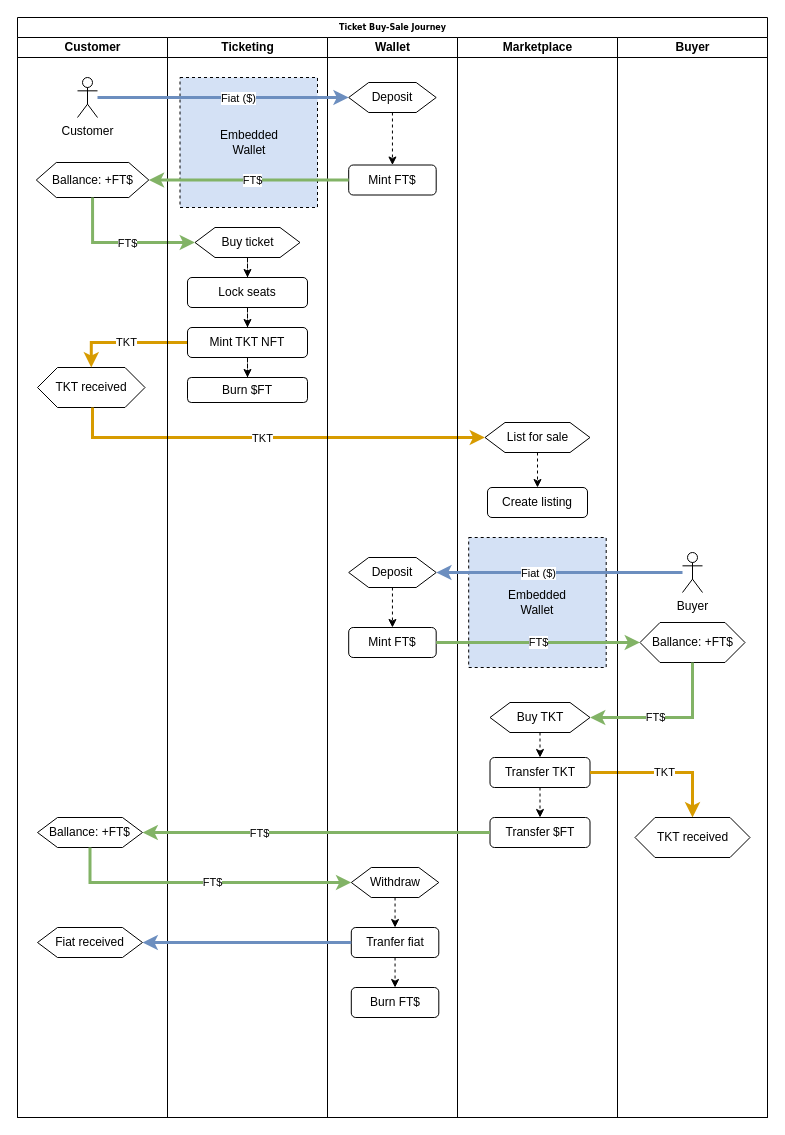
Earlier version of the draw.io diagram buy-sale-diagram.drawio (cutepetric/TIXchange). Source tidied: cells renumbered, new cells numbered last; positions are measured from the earlier drawing's top-left corner, leaving out a move shared by most shapes. Both pictures are drawn from the tidied source at 100%, with x=0, y=0 at pixel (17, 17).
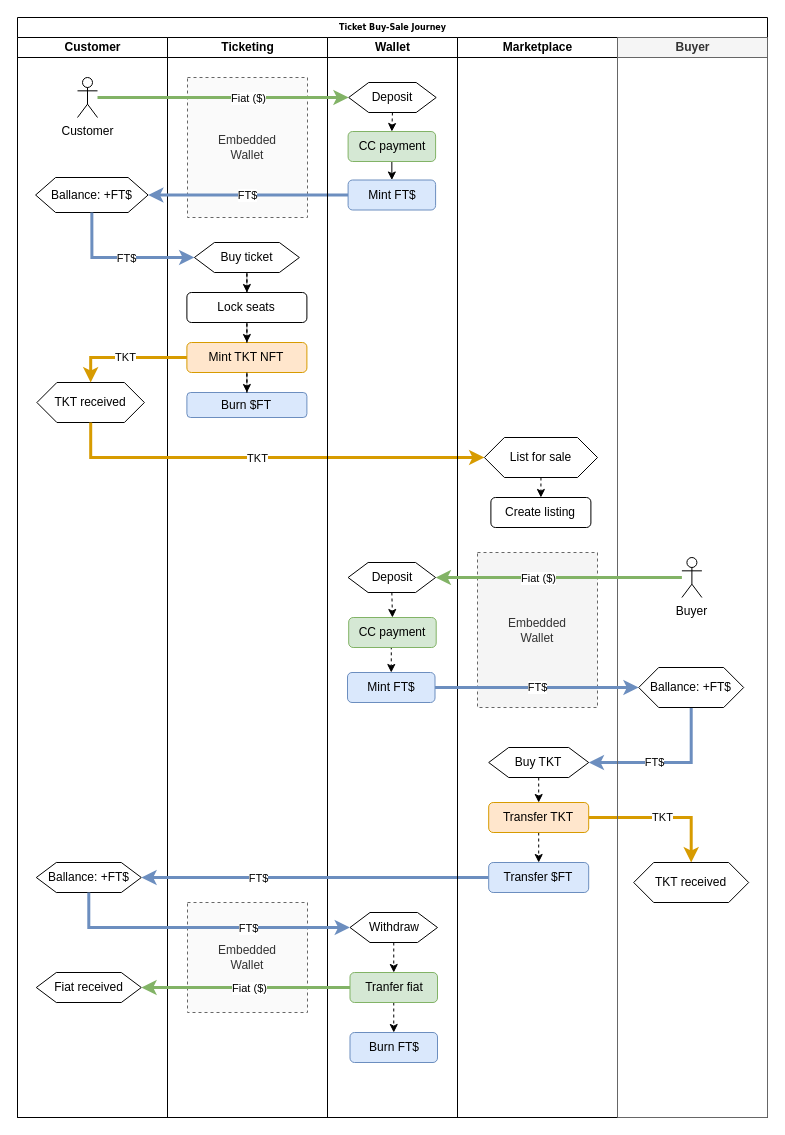
The same diagram, later.

The change refers to these unchanged cells:
```xml
<mxCell id="2" value="Ticket Buy-Sale Journey" style="swimlane;html=1;startSize=20;rounded=0;shadow=0;labelBackgroundColor=none;strokeWidth=1;fontFamily=Verdana;fontSize=8;align=center;" parent="1" vertex="1">
  <mxGeometry width="750" height="1100" as="geometry" />
</mxCell>
<mxCell id="3" value="Customer" style="swimlane;html=1;startSize=20;" parent="2" vertex="1">
  <mxGeometry y="20" width="150" height="1080" as="geometry" />
</mxCell>
<mxCell id="4" value="Customer" style="shape=umlActor;verticalLabelPosition=bottom;verticalAlign=top;html=1;outlineConnect=0;" parent="3" vertex="1">
  <mxGeometry x="60" y="40" width="20" height="40" as="geometry" />
</mxCell>
<mxCell id="14" value="Ticketing" style="swimlane;html=1;startSize=20;" parent="2" vertex="1">
  <mxGeometry x="150" y="20" width="160" height="1080" as="geometry" />
</mxCell>
<mxCell id="23" value="Wallet" style="swimlane;html=1;startSize=20;" parent="2" vertex="1">
  <mxGeometry x="310" y="20" width="130" height="1080" as="geometry" />
</mxCell>
<mxCell id="28" value="Deposit" style="shape=hexagon;perimeter=hexagonPerimeter2;whiteSpace=wrap;html=1;fixedSize=1;rounded=0;" parent="23" vertex="1">
  <mxGeometry x="21.2" y="45" width="87.5" height="30" as="geometry" />
</mxCell>
<mxCell id="35" value="Marketplace" style="swimlane;html=1;startSize=20;" parent="2" vertex="1">
  <mxGeometry x="440" y="20" width="160" height="1080" as="geometry" />
</mxCell>
```

What changed in the source:
```diff
@@
     <mxCell id="5" value="Ballance: +FT$" style="shape=hexagon;perimeter=hexagonPerimeter2;whiteSpace=wrap;html=1;fixedSize=1;rounded=0;" parent="3" vertex="1">
-      <mxGeometry x="18.8" y="125" width="112.5" height="35" as="geometry" />
+      <mxGeometry x="18.1" y="140" width="112.5" height="35" as="geometry" />
     </mxCell>
     <mxCell id="6" value="TKT received" style="shape=hexagon;perimeter=hexagonPerimeter2;whiteSpace=wrap;html=1;fixedSize=1;rounded=0;" parent="3" vertex="1">
-      <mxGeometry x="20" y="330" width="107.5" height="40" as="geometry" />
+      <mxGeometry x="19.4" y="345" width="107.5" height="40" as="geometry" />
     </mxCell>
     <mxCell id="7" value="Ballance: +FT$" style="shape=hexagon;perimeter=hexagonPerimeter2;whiteSpace=wrap;html=1;fixedSize=1;rounded=0;" parent="3" vertex="1">
-      <mxGeometry x="20" y="780" width="105" height="30" as="geometry" />
+      <mxGeometry x="18.8" y="825" width="105" height="30" as="geometry" />
     </mxCell>
     <mxCell id="8" value="Fiat received" style="shape=hexagon;perimeter=hexagonPerimeter2;whiteSpace=wrap;html=1;fixedSize=1;rounded=0;" parent="3" vertex="1">
-      <mxGeometry x="20" y="890" width="105" height="30" as="geometry" />
+      <mxGeometry x="18.8" y="935" width="105" height="30" as="geometry" />
     </mxCell>
-    <mxCell id="9" style="edgeStyle=orthogonalEdgeStyle;rounded=0;jettySize=auto;html=1;exitX=0.5;exitY=1;exitDx=0;exitDy=0;entryX=0;entryY=0.5;entryDx=0;entryDy=0;fillColor=#d5e8d4;strokeColor=#82b366;strokeWidth=3;" parent="2" edge="1" source="5" target="20">
-      <mxGeometry relative="1" as="geometry" />
-    </mxCell>
-    <mxCell id="10" value="FT$" style="edgeLabel;html=1;align=center;verticalAlign=middle;" parent="9" vertex="1">
-      <mxGeometry x="0.07" relative="1" as="geometry" />
-    </mxCell>
-    <mxCell id="11" value="TKT" style="edgeStyle=orthogonalEdgeStyle;rounded=0;jettySize=auto;html=1;exitX=0;exitY=0.5;exitDx=0;exitDy=0;entryX=0.5;entryY=0;entryDx=0;entryDy=0;strokeWidth=3;fillColor=#ffe6cc;strokeColor=#d79b00;" parent="2" edge="1" source="17" target="6">
-      <mxGeometry relative="1" as="geometry" />
-    </mxCell>
-    <mxCell id="12" style="edgeStyle=orthogonalEdgeStyle;rounded=0;jettySize=auto;html=1;strokeWidth=3;strokeColor=#d79b00;fillColor=#ffe6cc;" parent="2" edge="1" source="6" target="37">
-      <mxGeometry relative="1" as="geometry">
-        <Array as="points">
-          <mxPoint x="75" y="420" />
-        </Array>
-      </mxGeometry>
-    </mxCell>
-    <mxCell id="13" value="TKT" style="edgeLabel;html=1;align=center;verticalAlign=middle;" parent="12" vertex="1">
-      <mxGeometry x="-0.06" relative="1" as="geometry" />
-    </mxCell>
@@
-    <mxCell id="15" value="Embedded&lt;br&gt;Wallet" style="rounded=0;whiteSpace=wrap;html=1;dashed=1;fillColor=#A9C4EB;fillOpacity=50;" parent="14" vertex="1">
-      <mxGeometry x="12.5" y="40" width="137.5" height="130" as="geometry" />
+    <mxCell id="15" value="Embedded&lt;br&gt;Wallet" style="rounded=0;whiteSpace=wrap;html=1;dashed=1;fillColor=#f5f5f5;fillOpacity=50;strokeColor=#666666;fontColor=#333333;" parent="14" vertex="1">
+      <mxGeometry x="20" y="40" width="120" height="140" as="geometry" />
     </mxCell>
     <mxCell id="16" value="Lock seats" style="rounded=1;whiteSpace=wrap;html=1;" parent="14" vertex="1">
-      <mxGeometry x="20" y="240" width="120" height="30" as="geometry" />
+      <mxGeometry x="19.4" y="255" width="120" height="30" as="geometry" />
     </mxCell>
-    <mxCell id="17" value="Mint TKT NFT" style="whiteSpace=wrap;html=1;rounded=1;" parent="14" vertex="1">
-      <mxGeometry x="20" y="290" width="120" height="30" as="geometry" />
+    <mxCell id="17" value="Mint TKT NFT" style="whiteSpace=wrap;html=1;rounded=1;fillColor=#ffe6cc;strokeColor=#d79b00;" parent="14" vertex="1">
+      <mxGeometry x="19.4" y="305" width="120" height="30" as="geometry" />
     </mxCell>
@@
     <mxCell id="20" value="Buy ticket" style="shape=hexagon;perimeter=hexagonPerimeter2;whiteSpace=wrap;html=1;fixedSize=1;rounded=0;" parent="14" vertex="1">
-      <mxGeometry x="27.5" y="190" width="105" height="30" as="geometry" />
+      <mxGeometry x="26.9" y="205" width="105" height="30" as="geometry" />
     </mxCell>
-    <mxCell id="21" value="Burn $FT" style="whiteSpace=wrap;html=1;rounded=1;" parent="14" vertex="1">
-      <mxGeometry x="20" y="340" width="120" height="25" as="geometry" />
+    <mxCell id="21" value="Burn $FT" style="whiteSpace=wrap;html=1;rounded=1;fillColor=#dae8fc;strokeColor=#6c8ebf;" parent="14" vertex="1">
+      <mxGeometry x="19.4" y="355" width="120" height="25" as="geometry" />
     </mxCell>
@@
+    <mxCell id="63" value="Embedded&lt;br&gt;Wallet" style="rounded=0;whiteSpace=wrap;html=1;dashed=1;fillColor=#f5f5f5;fillOpacity=50;strokeColor=#666666;fontColor=#333333;" parent="14" vertex="1">
+      <mxGeometry x="20" y="865" width="120" height="110" as="geometry" />
+    </mxCell>
+    <mxCell id="9" style="edgeStyle=orthogonalEdgeStyle;rounded=0;jettySize=auto;html=1;exitX=0.5;exitY=1;exitDx=0;exitDy=0;entryX=0;entryY=0.5;entryDx=0;entryDy=0;fillColor=#dae8fc;strokeColor=#6c8ebf;strokeWidth=3;" parent="2" edge="1" source="5" target="20">
+      <mxGeometry relative="1" as="geometry" />
+    </mxCell>
+    <mxCell id="10" value="FT$" style="edgeLabel;html=1;align=center;verticalAlign=middle;" parent="9" vertex="1">
+      <mxGeometry x="0.07" relative="1" as="geometry" />
+    </mxCell>
+    <mxCell id="11" value="TKT" style="edgeStyle=orthogonalEdgeStyle;rounded=0;jettySize=auto;html=1;exitX=0;exitY=0.5;exitDx=0;exitDy=0;entryX=0.5;entryY=0;entryDx=0;entryDy=0;strokeWidth=3;fillColor=#ffe6cc;strokeColor=#d79b00;" parent="2" edge="1" source="17" target="6">
+      <mxGeometry relative="1" as="geometry" />
+    </mxCell>
+    <mxCell id="12" style="edgeStyle=orthogonalEdgeStyle;rounded=0;jettySize=auto;html=1;strokeWidth=3;strokeColor=#d79b00;fillColor=#ffe6cc;" parent="2" edge="1" source="6" target="37">
+      <mxGeometry relative="1" as="geometry">
+        <Array as="points">
+          <mxPoint x="73" y="440" />
+        </Array>
+      </mxGeometry>
+    </mxCell>
+    <mxCell id="13" value="TKT" style="edgeLabel;html=1;align=center;verticalAlign=middle;" parent="12" vertex="1">
+      <mxGeometry x="-0.06" relative="1" as="geometry" />
+    </mxCell>
+    <mxCell id="57" style="edgeStyle=none;rounded=0;jumpStyle=sharp;jettySize=auto;html=1;exitX=0;exitY=0.5;exitDx=0;exitDy=0;entryX=1;entryY=0.5;entryDx=0;entryDy=0;strokeColor=#6c8ebf;strokeWidth=3;fillColor=#dae8fc;" parent="2" edge="1" source="24" target="5">
+      <mxGeometry relative="1" as="geometry" />
+    </mxCell>
+    <mxCell id="58" value="FT$" style="edgeLabel;html=1;align=center;verticalAlign=middle;" parent="57" vertex="1">
+      <mxGeometry x="-0.15" y="-3" relative="1" as="geometry">
+        <mxPoint x="-16" y="3" as="offset" />
+      </mxGeometry>
+    </mxCell>
@@
-    <mxCell id="24" value="Mint FT$" style="whiteSpace=wrap;html=1;verticalAlign=middle;rounded=1;" parent="23" vertex="1">
-      <mxGeometry x="21.2" y="127.5" width="87.5" height="30" as="geometry" />
+    <mxCell id="24" value="Mint FT$" style="whiteSpace=wrap;html=1;verticalAlign=middle;rounded=1;fillColor=#dae8fc;strokeColor=#6c8ebf;" parent="23" vertex="1">
+      <mxGeometry x="20.6" y="142.5" width="87.5" height="30" as="geometry" />
     </mxCell>
@@
-    <mxCell id="26" value="Tranfer fiat" style="whiteSpace=wrap;html=1;verticalAlign=middle;rounded=1;" parent="23" vertex="1">
-      <mxGeometry x="23.8" y="890" width="87.5" height="30" as="geometry" />
+    <mxCell id="26" value="Tranfer fiat" style="whiteSpace=wrap;html=1;verticalAlign=middle;rounded=1;fillColor=#d5e8d4;strokeColor=#82b366;" parent="23" vertex="1">
+      <mxGeometry x="22.5" y="935" width="87.5" height="30" as="geometry" />
     </mxCell>
-    <mxCell id="27" style="edgeStyle=none;rounded=0;jumpStyle=sharp;jettySize=auto;html=1;exitX=0.5;exitY=1;exitDx=0;exitDy=0;entryX=0.5;entryY=0;entryDx=0;entryDy=0;dashed=1;strokeWidth=1;" parent="23" edge="1" source="28" target="24">
+    <mxCell id="27" style="edgeStyle=none;rounded=0;jumpStyle=sharp;jettySize=auto;html=1;exitX=0.5;exitY=1;exitDx=0;exitDy=0;entryX=0.5;entryY=0;entryDx=0;entryDy=0;dashed=1;strokeWidth=1;" parent="23" edge="1" source="28" target="65">
       <mxGeometry relative="1" as="geometry" />
     </mxCell>
@@
     <mxCell id="30" value="Withdraw" style="shape=hexagon;perimeter=hexagonPerimeter2;whiteSpace=wrap;html=1;fixedSize=1;rounded=0;" parent="23" vertex="1">
-      <mxGeometry x="23.8" y="830" width="87.5" height="30" as="geometry" />
+      <mxGeometry x="22.5" y="875" width="87.5" height="30" as="geometry" />
     </mxCell>
-    <mxCell id="31" value="Burn FT$" style="whiteSpace=wrap;html=1;verticalAlign=middle;rounded=1;" parent="23" vertex="1">
-      <mxGeometry x="23.8" y="950" width="87.5" height="30" as="geometry" />
+    <mxCell id="31" value="Burn FT$" style="whiteSpace=wrap;html=1;verticalAlign=middle;rounded=1;fillColor=#dae8fc;strokeColor=#6c8ebf;" parent="23" vertex="1">
+      <mxGeometry x="22.5" y="995" width="87.5" height="30" as="geometry" />
     </mxCell>
-    <mxCell id="32" value="Mint FT$" style="whiteSpace=wrap;html=1;verticalAlign=middle;rounded=1;" parent="23" vertex="1">
-      <mxGeometry x="21.2" y="590" width="87.5" height="30" as="geometry" />
+    <mxCell id="32" value="Mint FT$" style="whiteSpace=wrap;html=1;verticalAlign=middle;rounded=1;fillColor=#dae8fc;strokeColor=#6c8ebf;" parent="23" vertex="1">
+      <mxGeometry x="20" y="635" width="87.5" height="30" as="geometry" />
     </mxCell>
-    <mxCell id="33" style="edgeStyle=none;rounded=0;jumpStyle=sharp;jettySize=auto;html=1;exitX=0.5;exitY=1;exitDx=0;exitDy=0;entryX=0.5;entryY=0;entryDx=0;entryDy=0;dashed=1;strokeWidth=1;" parent="23" edge="1" source="34" target="32">
+    <mxCell id="33" style="edgeStyle=none;rounded=0;jumpStyle=sharp;jettySize=auto;html=1;exitX=0.5;exitY=1;exitDx=0;exitDy=0;entryX=0.5;entryY=0;entryDx=0;entryDy=0;dashed=1;strokeWidth=1;" parent="23" edge="1" source="34" target="67">
       <mxGeometry relative="1" as="geometry" />
     </mxCell>
     <mxCell id="34" value="Deposit" style="shape=hexagon;perimeter=hexagonPerimeter2;whiteSpace=wrap;html=1;fixedSize=1;rounded=0;" parent="23" vertex="1">
-      <mxGeometry x="21.2" y="520" width="87.5" height="30" as="geometry" />
+      <mxGeometry x="20.6" y="525" width="87.5" height="30" as="geometry" />
     </mxCell>
+    <mxCell id="64" style="edgeStyle=orthogonalEdgeStyle;rounded=0;jumpStyle=sharp;jettySize=auto;html=1;exitX=0.5;exitY=1;exitDx=0;exitDy=0;entryX=0.5;entryY=0;entryDx=0;entryDy=0;" parent="23" edge="1" source="65" target="24">
+      <mxGeometry relative="1" as="geometry" />
+    </mxCell>
+    <mxCell id="65" value="CC payment" style="whiteSpace=wrap;html=1;verticalAlign=middle;rounded=1;fillColor=#d5e8d4;strokeColor=#82b366;" parent="23" vertex="1">
+      <mxGeometry x="20.6" y="94" width="87.5" height="30" as="geometry" />
+    </mxCell>
+    <mxCell id="66" style="edgeStyle=orthogonalEdgeStyle;rounded=0;jumpStyle=sharp;jettySize=auto;html=1;exitX=0.5;exitY=1;exitDx=0;exitDy=0;entryX=0.5;entryY=0;entryDx=0;entryDy=0;dashed=1;strokeWidth=1;" parent="23" edge="1" source="67" target="32">
+      <mxGeometry relative="1" as="geometry" />
+    </mxCell>
+    <mxCell id="67" value="CC payment" style="whiteSpace=wrap;html=1;verticalAlign=middle;rounded=1;fillColor=#d5e8d4;strokeColor=#82b366;" parent="23" vertex="1">
+      <mxGeometry x="21.2" y="580" width="87.5" height="30" as="geometry" />
+    </mxCell>
+    <mxCell id="45" value="TKT" style="edgeStyle=orthogonalEdgeStyle;rounded=0;jettySize=auto;html=1;exitX=1;exitY=0.5;exitDx=0;exitDy=0;entryX=0.5;entryY=0;entryDx=0;entryDy=0;strokeWidth=3;strokeColor=#d79b00;fillColor=#ffe6cc;" parent="2" edge="1" source="42" target="53">
+      <mxGeometry relative="1" as="geometry" />
+    </mxCell>
+    <mxCell id="46" style="edgeStyle=orthogonalEdgeStyle;rounded=0;jettySize=auto;html=1;exitX=0;exitY=0.5;exitDx=0;exitDy=0;entryX=1;entryY=0.5;entryDx=0;entryDy=0;strokeWidth=3;strokeColor=#6c8ebf;fillColor=#dae8fc;" parent="2" edge="1" source="43" target="7">
+      <mxGeometry relative="1" as="geometry" />
+    </mxCell>
+    <mxCell id="47" value="FT$" style="edgeLabel;html=1;align=center;verticalAlign=middle;" parent="46" vertex="1">
+      <mxGeometry x="0.33" relative="1" as="geometry" />
+    </mxCell>
+    <mxCell id="48" style="edgeStyle=orthogonalEdgeStyle;rounded=0;jumpStyle=sharp;jettySize=auto;html=1;exitX=0.5;exitY=1;exitDx=0;exitDy=0;entryX=0;entryY=0.5;entryDx=0;entryDy=0;strokeWidth=3;strokeColor=#6c8ebf;fillColor=#dae8fc;" parent="2" edge="1" source="7" target="30">
+      <mxGeometry relative="1" as="geometry" />
+    </mxCell>
+    <mxCell id="49" value="FT$" style="edgeLabel;html=1;align=center;verticalAlign=middle;" parent="48" vertex="1">
+      <mxGeometry x="0.06" y="1" relative="1" as="geometry">
+        <mxPoint x="37" y="1" as="offset" />
+      </mxGeometry>
+    </mxCell>
+    <mxCell id="50" style="edgeStyle=orthogonalEdgeStyle;rounded=0;jumpStyle=sharp;jettySize=auto;html=1;exitX=0;exitY=0.5;exitDx=0;exitDy=0;entryX=1;entryY=0.5;entryDx=0;entryDy=0;strokeWidth=3;strokeColor=#82b366;fillColor=#d5e8d4;" parent="2" edge="1" source="26" target="8">
+      <mxGeometry relative="1" as="geometry" />
+    </mxCell>
+    <mxCell id="68" value="Fiat ($)" style="edgeLabel;html=1;align=center;verticalAlign=middle;" parent="50" vertex="1">
+      <mxGeometry x="0.03" y="2" relative="1" as="geometry">
+        <mxPoint x="6" y="-2" as="offset" />
+      </mxGeometry>
+    </mxCell>
+    <mxCell id="62" value="FT$" style="edgeStyle=orthogonalEdgeStyle;rounded=0;jumpStyle=sharp;jettySize=auto;html=1;exitX=0.5;exitY=1;exitDx=0;exitDy=0;entryX=1;entryY=0.5;entryDx=0;entryDy=0;strokeColor=#6c8ebf;strokeWidth=3;fillColor=#dae8fc;" parent="2" edge="1" source="54" target="40">
+      <mxGeometry x="0.17" relative="1" as="geometry" />
+    </mxCell>
@@
+    <mxCell id="69" value="Embedded&lt;br&gt;Wallet" style="rounded=0;whiteSpace=wrap;html=1;dashed=1;labelBackgroundColor=none;fillColor=#f5f5f5;fontColor=#333333;strokeColor=#666666;" parent="35" vertex="1">
+      <mxGeometry x="20" y="515" width="120" height="155" as="geometry" />
+    </mxCell>
@@
     <mxCell id="37" value="List for sale" style="shape=hexagon;perimeter=hexagonPerimeter2;whiteSpace=wrap;html=1;fixedSize=1;rounded=0;" parent="35" vertex="1">
-      <mxGeometry x="27.5" y="385" width="105" height="30" as="geometry" />
+      <mxGeometry x="26.9" y="400" width="113.1" height="40" as="geometry" />
     </mxCell>
     <mxCell id="38" value="Create listing" style="whiteSpace=wrap;html=1;rounded=1;" parent="35" vertex="1">
-      <mxGeometry x="30" y="450" width="100" height="30" as="geometry" />
+      <mxGeometry x="33.4" y="460" width="100" height="30" as="geometry" />
     </mxCell>
@@
     <mxCell id="40" value="Buy TKT" style="shape=hexagon;perimeter=hexagonPerimeter2;whiteSpace=wrap;html=1;fixedSize=1;rounded=0;sketch=0;" parent="35" vertex="1">
-      <mxGeometry x="32.5" y="665" width="100" height="30" as="geometry" />
+      <mxGeometry x="31.2" y="710" width="100" height="30" as="geometry" />
     </mxCell>
@@
-    <mxCell id="42" value="Transfer TKT" style="whiteSpace=wrap;html=1;rounded=1;" parent="35" vertex="1">
-      <mxGeometry x="32.5" y="720" width="100" height="30" as="geometry" />
+    <mxCell id="42" value="Transfer TKT" style="whiteSpace=wrap;html=1;rounded=1;fillColor=#ffe6cc;strokeColor=#d79b00;" parent="35" vertex="1">
+      <mxGeometry x="31.2" y="765" width="100" height="30" as="geometry" />
     </mxCell>
-    <mxCell id="43" value="Transfer $FT" style="whiteSpace=wrap;html=1;rounded=1;" parent="35" vertex="1">
-      <mxGeometry x="32.5" y="780" width="100" height="30" as="geometry" />
+    <mxCell id="43" value="Transfer $FT" style="whiteSpace=wrap;html=1;rounded=1;fillColor=#dae8fc;strokeColor=#6c8ebf;" parent="35" vertex="1">
+      <mxGeometry x="31.2" y="825" width="100" height="30" as="geometry" />
     </mxCell>
-    <mxCell id="44" value="Embedded&lt;br&gt;Wallet" style="rounded=0;whiteSpace=wrap;html=1;dashed=1;fillColor=#A9C4EB;fillOpacity=50;" parent="35" vertex="1">
-      <mxGeometry x="11.2" y="500" width="137.5" height="130" as="geometry" />
-    </mxCell>
-    <mxCell id="45" value="TKT" style="edgeStyle=orthogonalEdgeStyle;rounded=0;jettySize=auto;html=1;exitX=1;exitY=0.5;exitDx=0;exitDy=0;entryX=0.5;entryY=0;entryDx=0;entryDy=0;strokeWidth=3;strokeColor=#d79b00;fillColor=#ffe6cc;" parent="2" edge="1" source="42" target="53">
-      <mxGeometry relative="1" as="geometry" />
-    </mxCell>
-    <mxCell id="46" style="edgeStyle=orthogonalEdgeStyle;rounded=0;jettySize=auto;html=1;exitX=0;exitY=0.5;exitDx=0;exitDy=0;entryX=1;entryY=0.5;entryDx=0;entryDy=0;strokeWidth=3;strokeColor=#82b366;fillColor=#d5e8d4;" parent="2" edge="1" source="43" target="7">
-      <mxGeometry relative="1" as="geometry" />
-    </mxCell>
-    <mxCell id="47" value="FT$" style="edgeLabel;html=1;align=center;verticalAlign=middle;" parent="46" vertex="1">
-      <mxGeometry x="0.33" relative="1" as="geometry" />
-    </mxCell>
-    <mxCell id="48" style="edgeStyle=orthogonalEdgeStyle;rounded=0;jumpStyle=sharp;jettySize=auto;html=1;exitX=0.5;exitY=1;exitDx=0;exitDy=0;entryX=0;entryY=0.5;entryDx=0;entryDy=0;strokeWidth=3;strokeColor=#82b366;fillColor=#d5e8d4;" parent="2" edge="1" source="7" target="30">
-      <mxGeometry relative="1" as="geometry" />
-    </mxCell>
-    <mxCell id="49" value="FT$" style="edgeLabel;html=1;align=center;verticalAlign=middle;" parent="48" vertex="1">
-      <mxGeometry x="0.06" y="1" relative="1" as="geometry" />
-    </mxCell>
-    <mxCell id="50" style="edgeStyle=orthogonalEdgeStyle;rounded=0;jumpStyle=sharp;jettySize=auto;html=1;exitX=0;exitY=0.5;exitDx=0;exitDy=0;entryX=1;entryY=0.5;entryDx=0;entryDy=0;strokeWidth=3;strokeColor=#6c8ebf;fillColor=#dae8fc;" parent="2" edge="1" source="26" target="8">
-      <mxGeometry relative="1" as="geometry" />
-    </mxCell>
-    <mxCell id="51" value="Buyer" style="swimlane;html=1;startSize=20;" parent="2" vertex="1">
+    <mxCell id="51" value="Buyer" style="swimlane;html=1;startSize=20;fillColor=#f5f5f5;strokeColor=#666666;fontColor=#333333;" parent="2" vertex="1">
       <mxGeometry x="600" y="20" width="150" height="1080" as="geometry" />
     </mxCell>
     <mxCell id="52" value="Buyer" style="shape=umlActor;verticalLabelPosition=bottom;verticalAlign=top;html=1;outlineConnect=0;" parent="51" vertex="1">
-      <mxGeometry x="65" y="515" width="20" height="40" as="geometry" />
+      <mxGeometry x="64.4" y="520" width="20" height="40" as="geometry" />
     </mxCell>
     <mxCell id="53" value="TKT received" style="shape=hexagon;perimeter=hexagonPerimeter2;whiteSpace=wrap;html=1;fixedSize=1;rounded=0;" parent="51" vertex="1">
-      <mxGeometry x="17.5" y="780" width="115" height="40" as="geometry" />
+      <mxGeometry x="16.2" y="825" width="115" height="40" as="geometry" />
     </mxCell>
     <mxCell id="54" value="Ballance: +FT$" style="shape=hexagon;perimeter=hexagonPerimeter2;whiteSpace=wrap;html=1;fixedSize=1;rounded=0;" parent="51" vertex="1">
-      <mxGeometry x="22.5" y="585" width="105" height="40" as="geometry" />
+      <mxGeometry x="21.2" y="630" width="105" height="40" as="geometry" />
     </mxCell>
-    <mxCell id="55" style="rounded=0;jettySize=auto;html=1;fillColor=#dae8fc;strokeColor=#6c8ebf;strokeWidth=3;entryX=0;entryY=0.5;entryDx=0;entryDy=0;" parent="2" edge="1" source="4" target="28">
+    <mxCell id="55" style="rounded=0;jettySize=auto;html=1;fillColor=#d5e8d4;strokeColor=#82b366;strokeWidth=3;entryX=0;entryY=0.5;entryDx=0;entryDy=0;" parent="2" edge="1" source="4" target="28">
       <mxGeometry relative="1" as="geometry" />
     </mxCell>
     <mxCell id="56" value="Fiat ($)" style="edgeLabel;html=1;align=center;verticalAlign=middle;" parent="55" vertex="1">
       <mxGeometry x="-0.09" y="1" relative="1" as="geometry">
-        <mxPoint x="26" y="1" as="offset" />
+        <mxPoint x="36" y="1" as="offset" />
       </mxGeometry>
     </mxCell>
-    <mxCell id="57" style="edgeStyle=none;rounded=0;jumpStyle=sharp;jettySize=auto;html=1;exitX=0;exitY=0.5;exitDx=0;exitDy=0;entryX=1;entryY=0.5;entryDx=0;entryDy=0;strokeColor=#82b366;strokeWidth=3;fillColor=#d5e8d4;" parent="2" edge="1" source="24" target="5">
-      <mxGeometry relative="1" as="geometry" />
-    </mxCell>
-    <mxCell id="58" value="FT$" style="edgeLabel;html=1;align=center;verticalAlign=middle;" parent="57" vertex="1">
-      <mxGeometry x="-0.15" y="-3" relative="1" as="geometry">
-        <mxPoint x="-12" y="3" as="offset" />
-      </mxGeometry>
-    </mxCell>
+    <mxCell id="61" value="FT$" style="edgeStyle=none;rounded=0;jumpStyle=sharp;jettySize=auto;html=1;entryX=0;entryY=0.5;entryDx=0;entryDy=0;strokeColor=#6c8ebf;strokeWidth=3;fillColor=#dae8fc;exitX=1;exitY=0.5;exitDx=0;exitDy=0;" parent="2" edge="1" source="32" target="54">
+      <mxGeometry relative="1" as="geometry" />
+    </mxCell>
-    <mxCell id="59" style="rounded=0;jettySize=auto;html=1;fillColor=#dae8fc;strokeColor=#6c8ebf;strokeWidth=3;entryX=1;entryY=0.5;entryDx=0;entryDy=0;" parent="2" edge="1" source="52" target="34">
+    <mxCell id="59" style="rounded=0;jettySize=auto;html=1;fillColor=#d5e8d4;strokeColor=#82b366;strokeWidth=3;entryX=1;entryY=0.5;entryDx=0;entryDy=0;" parent="2" edge="1" source="52" target="34">
       <mxGeometry relative="1" as="geometry" />
     </mxCell>
-    <mxCell id="60" value="Fiat ($)" style="edgeLabel;html=1;align=center;verticalAlign=middle;" parent="59" vertex="1">
-      <mxGeometry x="-0.09" y="1" relative="1" as="geometry">
-        <mxPoint x="-33" y="-1" as="offset" />
-      </mxGeometry>
-    </mxCell>
-    <mxCell id="61" value="FT$" style="edgeStyle=none;rounded=0;jumpStyle=sharp;jettySize=auto;html=1;entryX=0;entryY=0.5;entryDx=0;entryDy=0;strokeColor=#82b366;strokeWidth=3;fillColor=#d5e8d4;exitX=1;exitY=0.5;exitDx=0;exitDy=0;" parent="2" edge="1" source="32" target="54">
-      <mxGeometry relative="1" as="geometry" />
-    </mxCell>
-    <mxCell id="62" value="FT$" style="edgeStyle=orthogonalEdgeStyle;rounded=0;jumpStyle=sharp;jettySize=auto;html=1;exitX=0.5;exitY=1;exitDx=0;exitDy=0;entryX=1;entryY=0.5;entryDx=0;entryDy=0;strokeColor=#82b366;strokeWidth=3;fillColor=#d5e8d4;" parent="2" edge="1" source="54" target="40">
-      <mxGeometry x="0.17" relative="1" as="geometry" />
-    </mxCell>
+    <mxCell id="70" value="Fiat ($)" style="edgeLabel;html=1;align=center;verticalAlign=middle;" parent="59" vertex="1">
+      <mxGeometry x="0.31" relative="1" as="geometry">
+        <mxPoint x="17" as="offset" />
+      </mxGeometry>
+    </mxCell>
```
